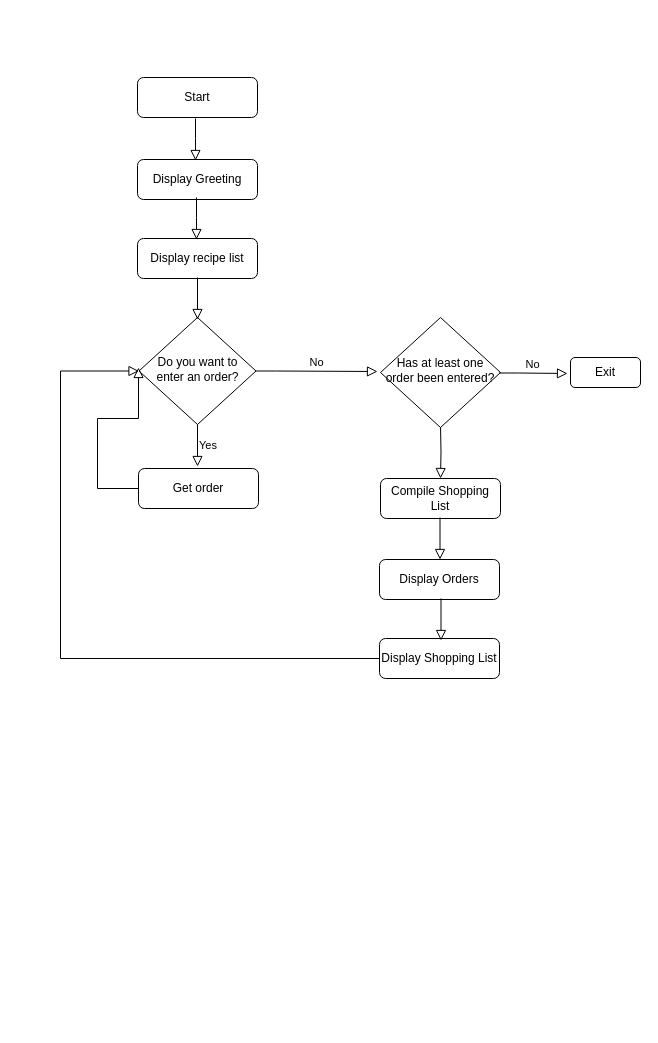
The draw.io diagram page "Main" (1 of 7) of Test.drawio in evelynfoy/first, before the edit. Source tidied: cells renumbered, new cells numbered last; positions are measured from the earlier drawing's top-left corner, leaving out a move shared by most shapes. Both pictures are drawn from the tidied source at 100%, with x=0, y=0 at pixel (60, 77).
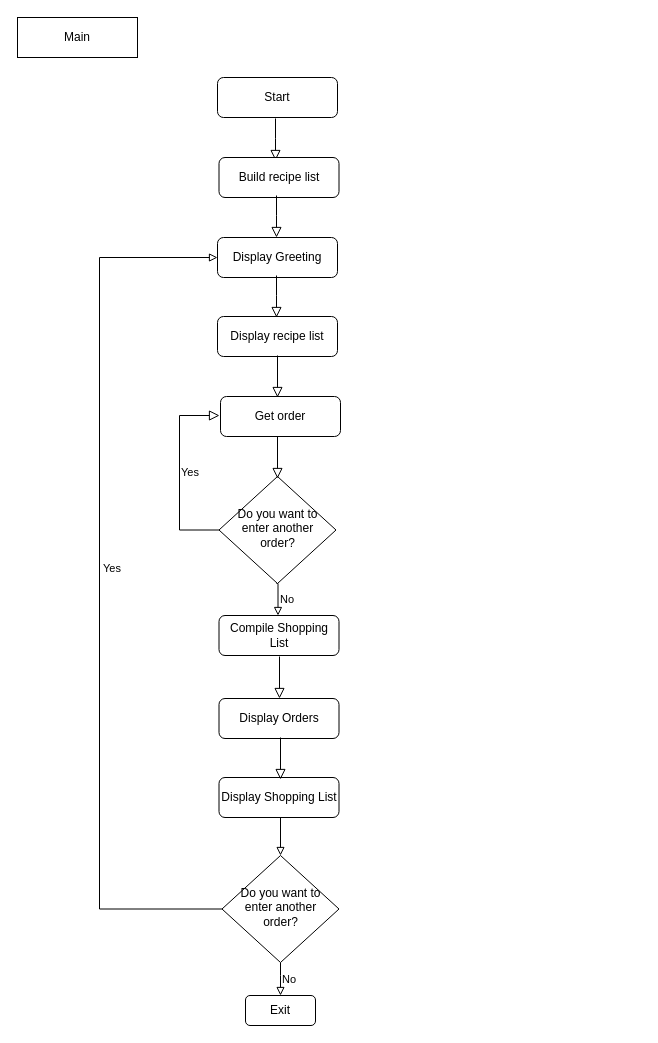
After the change.

Diff of the diagram source:
```diff
@@
-    <mxCell id="2" style="rounded=0;html=1;jettySize=auto;fontSize=11;endArrow=block;endFill=0;endSize=8;strokeWidth=1;shadow=0;labelBackgroundColor=none;edgeStyle=orthogonalEdgeStyle;entryX=0.5;entryY=0;entryDx=0;entryDy=0;" parent="1" edge="1" target="12">
-      <mxGeometry relative="1" as="geometry">
-        <mxPoint x="380" y="347" as="sourcePoint" />
-      </mxGeometry>
-    </mxCell>
     <mxCell id="3" value="Start" style="rounded=1;whiteSpace=wrap;html=1;fontSize=12;glass=0;strokeWidth=1;shadow=0;" parent="1" vertex="1">
-      <mxGeometry x="77" width="120" height="40" as="geometry" />
+      <mxGeometry x="157" width="120" height="40" as="geometry" />
     </mxCell>
+    <mxCell id="23" value="No&lt;br&gt;" style="edgeStyle=orthogonalEdgeStyle;rounded=0;orthogonalLoop=1;jettySize=auto;html=1;exitX=0.5;exitY=1;exitDx=0;exitDy=0;entryX=0.5;entryY=0;entryDx=0;entryDy=0;labelBackgroundColor=none;fontColor=#000000;endArrow=block;endFill=0;strokeColor=default;labelPosition=right;verticalLabelPosition=middle;align=left;verticalAlign=middle;" parent="1" edge="1">
+      <mxGeometry relative="1" as="geometry">
+        <mxPoint x="216" y="506" as="sourcePoint" />
+        <mxPoint x="217.5" y="538" as="targetPoint" />
+      </mxGeometry>
+    </mxCell>
-    <mxCell id="4" value="Do you want to enter an order?" style="rhombus;whiteSpace=wrap;html=1;shadow=0;fontFamily=Helvetica;fontSize=12;align=center;strokeWidth=1;spacing=6;spacingTop=-4;" parent="1" vertex="1">
-      <mxGeometry x="78.5" y="240" width="117" height="107" as="geometry" />
+    <mxCell id="4" value="Do you want to enter another order?" style="rhombus;whiteSpace=wrap;html=1;shadow=0;fontFamily=Helvetica;fontSize=12;align=center;strokeWidth=1;spacing=6;spacingTop=-4;" parent="1" vertex="1">
+      <mxGeometry x="158.5" y="399" width="117" height="107" as="geometry" />
     </mxCell>
     <mxCell id="5" value="Exit&lt;br&gt;" style="rounded=1;whiteSpace=wrap;html=1;fontSize=12;glass=0;strokeWidth=1;shadow=0;" parent="1" vertex="1">
-      <mxGeometry x="510" y="280" width="70" height="30" as="geometry" />
+      <mxGeometry x="185" y="918" width="70" height="30" as="geometry" />
     </mxCell>
     <mxCell id="6" value="Get order&lt;br&gt;" style="rounded=1;whiteSpace=wrap;html=1;fontSize=12;glass=0;strokeWidth=1;shadow=0;" parent="1" vertex="1">
-      <mxGeometry x="78" y="391" width="120" height="40" as="geometry" />
+      <mxGeometry x="160" y="319" width="120" height="40" as="geometry" />
     </mxCell>
     <mxCell id="7" value="Display Greeting" style="rounded=1;whiteSpace=wrap;html=1;fontSize=12;glass=0;strokeWidth=1;shadow=0;" parent="1" vertex="1">
-      <mxGeometry x="77" y="82" width="120" height="40" as="geometry" />
+      <mxGeometry x="157" y="160" width="120" height="40" as="geometry" />
     </mxCell>
     <mxCell id="8" value="Display recipe list&lt;br&gt;" style="rounded=1;whiteSpace=wrap;html=1;fontSize=12;glass=0;strokeWidth=1;shadow=0;" parent="1" vertex="1">
-      <mxGeometry x="77" y="161" width="120" height="40" as="geometry" />
+      <mxGeometry x="157" y="239" width="120" height="40" as="geometry" />
     </mxCell>
     <mxCell id="9" style="rounded=0;html=1;jettySize=auto;orthogonalLoop=1;fontSize=11;endArrow=block;endFill=0;endSize=8;strokeWidth=1;shadow=0;labelBackgroundColor=none;edgeStyle=orthogonalEdgeStyle;entryX=0.5;entryY=0;entryDx=0;entryDy=0;" parent="1" edge="1">
       <mxGeometry relative="1" as="geometry">
-        <mxPoint x="136" y="120" as="sourcePoint" />
-        <mxPoint x="136" y="162" as="targetPoint" />
+        <mxPoint x="216" y="198" as="sourcePoint" />
+        <mxPoint x="216" y="240" as="targetPoint" />
         <Array as="points">
-          <mxPoint x="136" y="140" />
-          <mxPoint x="136" y="140" />
+          <mxPoint x="216" y="218" />
+          <mxPoint x="216" y="218" />
         </Array>
       </mxGeometry>
     </mxCell>
     <mxCell id="10" style="rounded=0;html=1;jettySize=auto;orthogonalLoop=1;fontSize=11;endArrow=block;endFill=0;endSize=8;strokeWidth=1;shadow=0;labelBackgroundColor=none;edgeStyle=orthogonalEdgeStyle;entryX=0.5;entryY=0;entryDx=0;entryDy=0;" parent="1" edge="1">
       <mxGeometry relative="1" as="geometry">
-        <mxPoint x="137" y="200" as="sourcePoint" />
-        <mxPoint x="137" y="242" as="targetPoint" />
+        <mxPoint x="217" y="278" as="sourcePoint" />
+        <mxPoint x="217" y="320" as="targetPoint" />
       </mxGeometry>
     </mxCell>
-    <mxCell id="11" value="Has at least one order been entered?" style="rhombus;whiteSpace=wrap;html=1;shadow=0;fontFamily=Helvetica;fontSize=12;align=center;strokeWidth=1;spacing=6;spacingTop=-4;" parent="1" vertex="1">
-      <mxGeometry x="320" y="240" width="120" height="110" as="geometry" />
-    </mxCell>
     <mxCell id="12" value="Compile Shopping List" style="rounded=1;whiteSpace=wrap;html=1;fontSize=12;glass=0;strokeWidth=1;shadow=0;" parent="1" vertex="1">
-      <mxGeometry x="320" y="401" width="120" height="40" as="geometry" />
+      <mxGeometry x="158.5" y="538" width="120" height="40" as="geometry" />
     </mxCell>
     <mxCell id="13" value="Display Orders&lt;br&gt;" style="rounded=1;whiteSpace=wrap;html=1;fontSize=12;glass=0;strokeWidth=1;shadow=0;" parent="1" vertex="1">
-      <mxGeometry x="319" y="482" width="120" height="40" as="geometry" />
+      <mxGeometry x="158.5" y="621" width="120" height="40" as="geometry" />
     </mxCell>
+    <mxCell id="24" style="edgeStyle=orthogonalEdgeStyle;rounded=0;jettySize=auto;html=1;exitX=0.5;exitY=1;exitDx=0;exitDy=0;entryX=0.5;entryY=0;entryDx=0;entryDy=0;labelBackgroundColor=none;fontColor=#000000;endArrow=block;endFill=0;strokeColor=default;" parent="1" edge="1" source="14" target="30">
+      <mxGeometry relative="1" as="geometry" />
+    </mxCell>
     <mxCell id="14" value="Display Shopping List" style="rounded=1;whiteSpace=wrap;html=1;fontSize=12;glass=0;strokeWidth=1;shadow=0;" parent="1" vertex="1">
-      <mxGeometry x="319" y="561" width="120" height="40" as="geometry" />
+      <mxGeometry x="158.5" y="700" width="120" height="40" as="geometry" />
     </mxCell>
-    <mxCell id="15" value="Yes&lt;br&gt;" style="rounded=0;html=1;jettySize=auto;orthogonalLoop=1;fontSize=11;endArrow=block;endFill=0;endSize=8;strokeWidth=1;shadow=0;labelBackgroundColor=none;edgeStyle=orthogonalEdgeStyle;entryX=0.5;entryY=0;entryDx=0;entryDy=0;labelPosition=right;verticalLabelPosition=middle;align=left;verticalAlign=middle;" parent="1" edge="1">
+    <mxCell id="15" value="Yes&lt;br&gt;" style="rounded=0;html=1;jettySize=auto;fontSize=11;endArrow=block;endFill=0;endSize=8;strokeWidth=1;shadow=0;labelBackgroundColor=none;edgeStyle=orthogonalEdgeStyle;labelPosition=right;verticalLabelPosition=middle;align=left;verticalAlign=middle;exitX=0;exitY=0.5;exitDx=0;exitDy=0;" parent="1" edge="1" source="4">
       <mxGeometry relative="1" as="geometry">
-        <mxPoint x="137" y="347" as="sourcePoint" />
-        <mxPoint x="137" y="389" as="targetPoint" />
+        <mxPoint x="159" y="338" as="targetPoint" />
+        <Array as="points">
+          <mxPoint x="119" y="453" />
+          <mxPoint x="119" y="338" />
+        </Array>
       </mxGeometry>
     </mxCell>
-    <mxCell id="16" style="rounded=0;html=1;jettySize=auto;fontSize=11;endArrow=block;endFill=0;endSize=8;strokeWidth=1;shadow=0;labelBackgroundColor=none;edgeStyle=orthogonalEdgeStyle;entryX=0;entryY=0.5;entryDx=0;entryDy=0;exitX=0;exitY=0.5;exitDx=0;exitDy=0;" parent="1" edge="1" source="14" target="4">
-      <mxGeometry relative="1" as="geometry">
-        <Array as="points">
-          <mxPoint y="581" />
-          <mxPoint y="294" />
-        </Array>
-      </mxGeometry>
-    </mxCell>
-    <mxCell id="17" style="rounded=0;html=1;jettySize=auto;fontSize=11;endArrow=block;endFill=0;endSize=8;strokeWidth=1;shadow=0;labelBackgroundColor=none;edgeStyle=orthogonalEdgeStyle;exitX=0;exitY=0.5;exitDx=0;exitDy=0;" parent="1" edge="1" source="6">
-      <mxGeometry relative="1" as="geometry">
-        <mxPoint x="78" y="290" as="targetPoint" />
-        <Array as="points">
-          <mxPoint x="37" y="411" />
-          <mxPoint x="37" y="341" />
-          <mxPoint x="78" y="341" />
-        </Array>
-      </mxGeometry>
-    </mxCell>
     <mxCell id="18" style="rounded=0;html=1;jettySize=auto;orthogonalLoop=1;fontSize=11;endArrow=block;endFill=0;endSize=8;strokeWidth=1;shadow=0;labelBackgroundColor=none;edgeStyle=orthogonalEdgeStyle;entryX=0.5;entryY=0;entryDx=0;entryDy=0;" parent="1" edge="1">
       <mxGeometry relative="1" as="geometry">
-        <mxPoint x="379.5" y="440" as="sourcePoint" />
-        <mxPoint x="379.5" y="482" as="targetPoint" />
+        <mxPoint x="219" y="579" as="sourcePoint" />
+        <mxPoint x="219" y="621" as="targetPoint" />
       </mxGeometry>
     </mxCell>
     <mxCell id="19" style="rounded=0;html=1;jettySize=auto;orthogonalLoop=1;fontSize=11;endArrow=block;endFill=0;endSize=8;strokeWidth=1;shadow=0;labelBackgroundColor=none;edgeStyle=orthogonalEdgeStyle;entryX=0.5;entryY=0;entryDx=0;entryDy=0;" parent="1" edge="1">
       <mxGeometry relative="1" as="geometry">
-        <mxPoint x="380.5" y="521" as="sourcePoint" />
-        <mxPoint x="380.5" y="563" as="targetPoint" />
+        <mxPoint x="220" y="660" as="sourcePoint" />
+        <mxPoint x="220" y="702" as="targetPoint" />
       </mxGeometry>
     </mxCell>
     <mxCell id="20" style="rounded=0;html=1;jettySize=auto;orthogonalLoop=1;fontSize=11;endArrow=block;endFill=0;endSize=8;strokeWidth=1;shadow=0;labelBackgroundColor=none;edgeStyle=orthogonalEdgeStyle;entryX=0.5;entryY=0;entryDx=0;entryDy=0;" parent="1" edge="1">
       <mxGeometry relative="1" as="geometry">
-        <mxPoint x="135" y="41" as="sourcePoint" />
-        <mxPoint x="135" y="83" as="targetPoint" />
+        <mxPoint x="215" y="41" as="sourcePoint" />
+        <mxPoint x="215" y="83" as="targetPoint" />
         <Array as="points">
-          <mxPoint x="135" y="61" />
-          <mxPoint x="135" y="61" />
+          <mxPoint x="215" y="61" />
+          <mxPoint x="215" y="61" />
         </Array>
       </mxGeometry>
     </mxCell>
-    <mxCell id="21" value="No&lt;br&gt;" style="rounded=0;html=1;jettySize=auto;fontSize=11;endArrow=block;endFill=0;endSize=8;strokeWidth=1;shadow=0;labelBackgroundColor=none;edgeStyle=orthogonalEdgeStyle;exitX=1;exitY=0.5;exitDx=0;exitDy=0;labelPosition=center;verticalLabelPosition=top;align=center;verticalAlign=bottom;" parent="1" edge="1" source="4">
-      <mxGeometry relative="1" as="geometry">
-        <mxPoint x="317" y="294" as="targetPoint" />
-        <Array as="points">
-          <mxPoint x="215" y="294" />
-        </Array>
-      </mxGeometry>
-    </mxCell>
-    <mxCell id="22" value="No&lt;br&gt;" style="rounded=0;html=1;jettySize=auto;orthogonalLoop=1;fontSize=11;endArrow=block;endFill=0;endSize=8;strokeWidth=1;shadow=0;labelBackgroundColor=none;edgeStyle=orthogonalEdgeStyle;exitX=1;exitY=0.5;exitDx=0;exitDy=0;labelPosition=center;verticalLabelPosition=top;align=center;verticalAlign=bottom;" parent="1" edge="1">
-      <mxGeometry relative="1" as="geometry">
-        <mxPoint x="438.5" y="295.5" as="sourcePoint" />
-        <mxPoint x="507" y="296" as="targetPoint" />
-        <Array as="points">
-          <mxPoint x="458" y="296" />
-        </Array>
-      </mxGeometry>
-    </mxCell>
+    <mxCell id="25" value="Main&lt;br&gt;" style="whiteSpace=wrap;html=1;fontColor=#000000;" parent="1" vertex="1">
+      <mxGeometry x="-43" y="-60" width="120" height="40" as="geometry" />
+    </mxCell>
+    <mxCell id="26" style="rounded=0;html=1;jettySize=auto;orthogonalLoop=1;fontSize=11;endArrow=block;endFill=0;endSize=8;strokeWidth=1;shadow=0;labelBackgroundColor=none;edgeStyle=orthogonalEdgeStyle;entryX=0.5;entryY=0;entryDx=0;entryDy=0;" parent="1" edge="1">
+      <mxGeometry relative="1" as="geometry">
+        <mxPoint x="217" y="359" as="sourcePoint" />
+        <mxPoint x="217" y="401" as="targetPoint" />
+      </mxGeometry>
+    </mxCell>
+    <mxCell id="27" value="No&lt;br&gt;" style="edgeStyle=orthogonalEdgeStyle;rounded=0;orthogonalLoop=1;jettySize=auto;html=1;exitX=0.5;exitY=1;exitDx=0;exitDy=0;entryX=0.5;entryY=0;entryDx=0;entryDy=0;labelBackgroundColor=none;fontColor=#000000;endArrow=block;endFill=0;strokeColor=default;labelPosition=right;verticalLabelPosition=middle;align=left;verticalAlign=middle;" parent="1" edge="1">
+      <mxGeometry relative="1" as="geometry">
+        <mxPoint x="220" y="885" as="sourcePoint" />
+        <mxPoint x="220" y="918" as="targetPoint" />
+        <Array as="points">
+          <mxPoint x="220" y="898" />
+          <mxPoint x="220" y="898" />
+        </Array>
+      </mxGeometry>
+    </mxCell>
+    <mxCell id="28" style="edgeStyle=orthogonalEdgeStyle;rounded=0;jettySize=auto;html=1;labelBackgroundColor=none;fontColor=#000000;endArrow=block;endFill=0;strokeColor=default;entryX=0;entryY=0.5;entryDx=0;entryDy=0;" parent="1" edge="1" source="30" target="7">
+      <mxGeometry relative="1" as="geometry">
+        <Array as="points">
+          <mxPoint x="39" y="832" />
+          <mxPoint x="39" y="180" />
+        </Array>
+      </mxGeometry>
+    </mxCell>
+    <mxCell id="29" value="Yes&lt;br&gt;" style="edgeLabel;html=1;align=left;verticalAlign=middle;fontColor=#000000;labelPosition=right;verticalLabelPosition=middle;" parent="28" vertex="1">
+      <mxGeometry x="0.04" y="-2" relative="1" as="geometry" />
+    </mxCell>
+    <mxCell id="30" value="Do you want to enter another order?" style="rhombus;whiteSpace=wrap;html=1;shadow=0;fontFamily=Helvetica;fontSize=12;align=center;strokeWidth=1;spacing=6;spacingTop=-4;" parent="1" vertex="1">
+      <mxGeometry x="161.5" y="778" width="117" height="107" as="geometry" />
+    </mxCell>
+    <mxCell id="31" value="Build recipe list" style="rounded=1;whiteSpace=wrap;html=1;fontSize=12;glass=0;strokeWidth=1;shadow=0;" parent="1" vertex="1">
+      <mxGeometry x="158.5" y="80" width="120" height="40" as="geometry" />
+    </mxCell>
+    <mxCell id="32" style="rounded=0;html=1;jettySize=auto;orthogonalLoop=1;fontSize=11;endArrow=block;endFill=0;endSize=8;strokeWidth=1;shadow=0;labelBackgroundColor=none;edgeStyle=orthogonalEdgeStyle;entryX=0.5;entryY=0;entryDx=0;entryDy=0;" parent="1" edge="1">
+      <mxGeometry relative="1" as="geometry">
+        <mxPoint x="216" y="118" as="sourcePoint" />
+        <mxPoint x="216" y="160" as="targetPoint" />
+        <Array as="points">
+          <mxPoint x="216" y="138" />
+          <mxPoint x="216" y="138" />
+        </Array>
+      </mxGeometry>
+    </mxCell>
```
